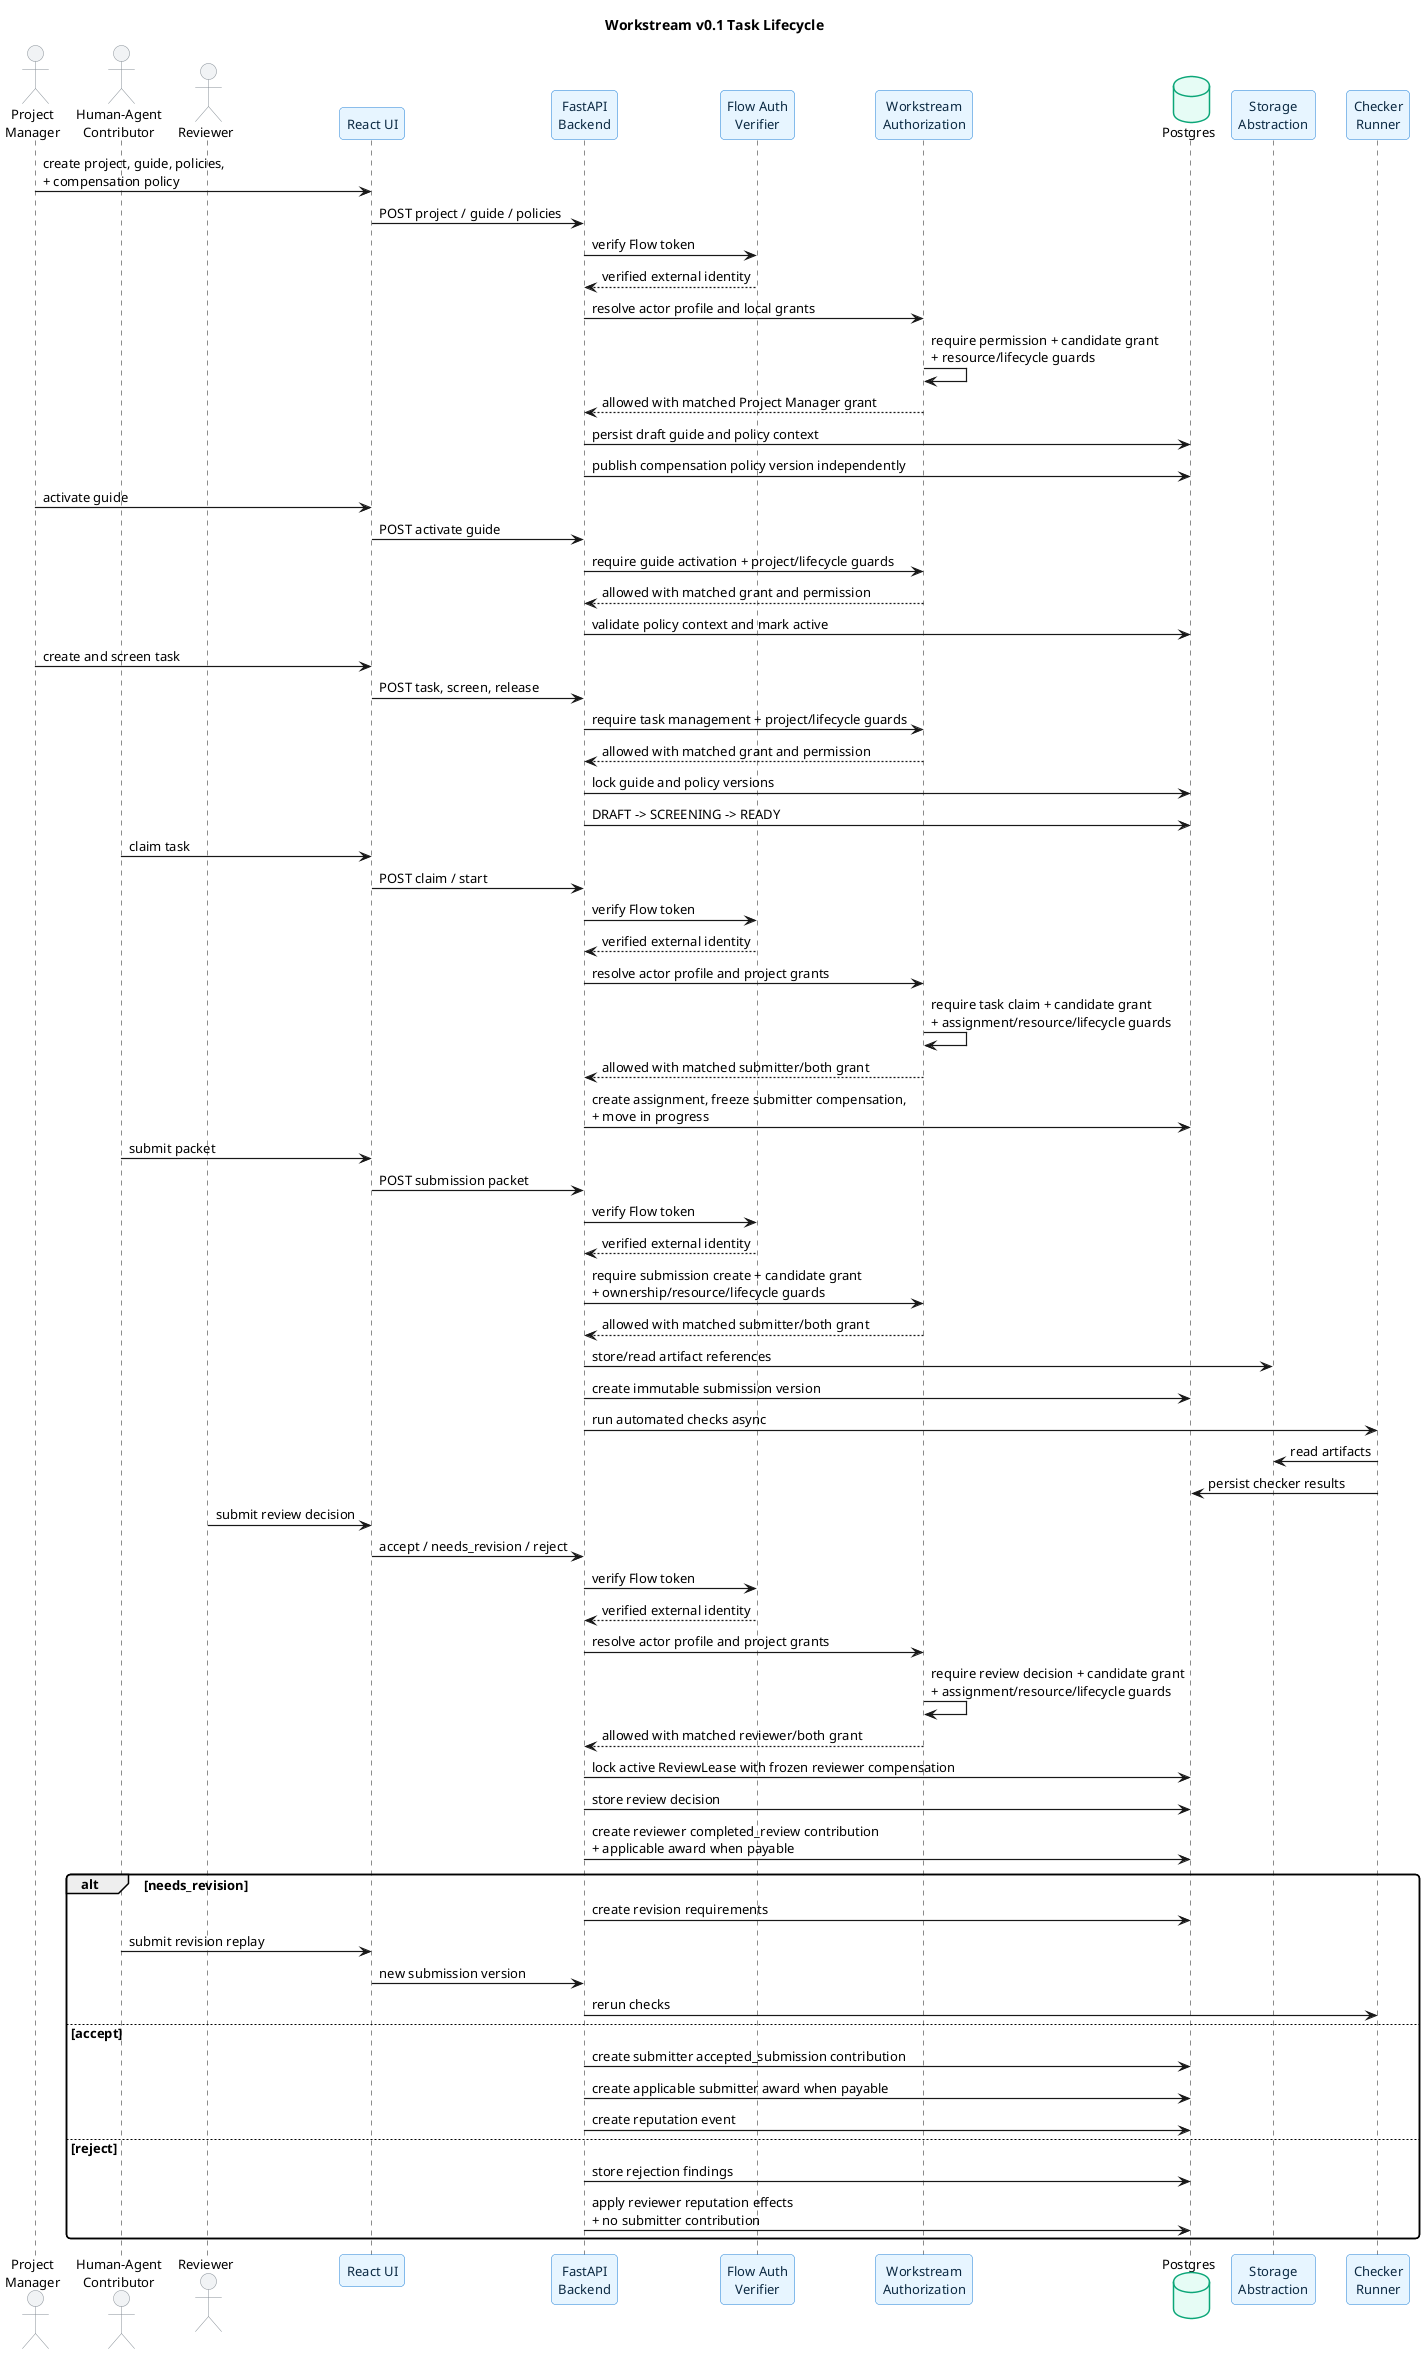
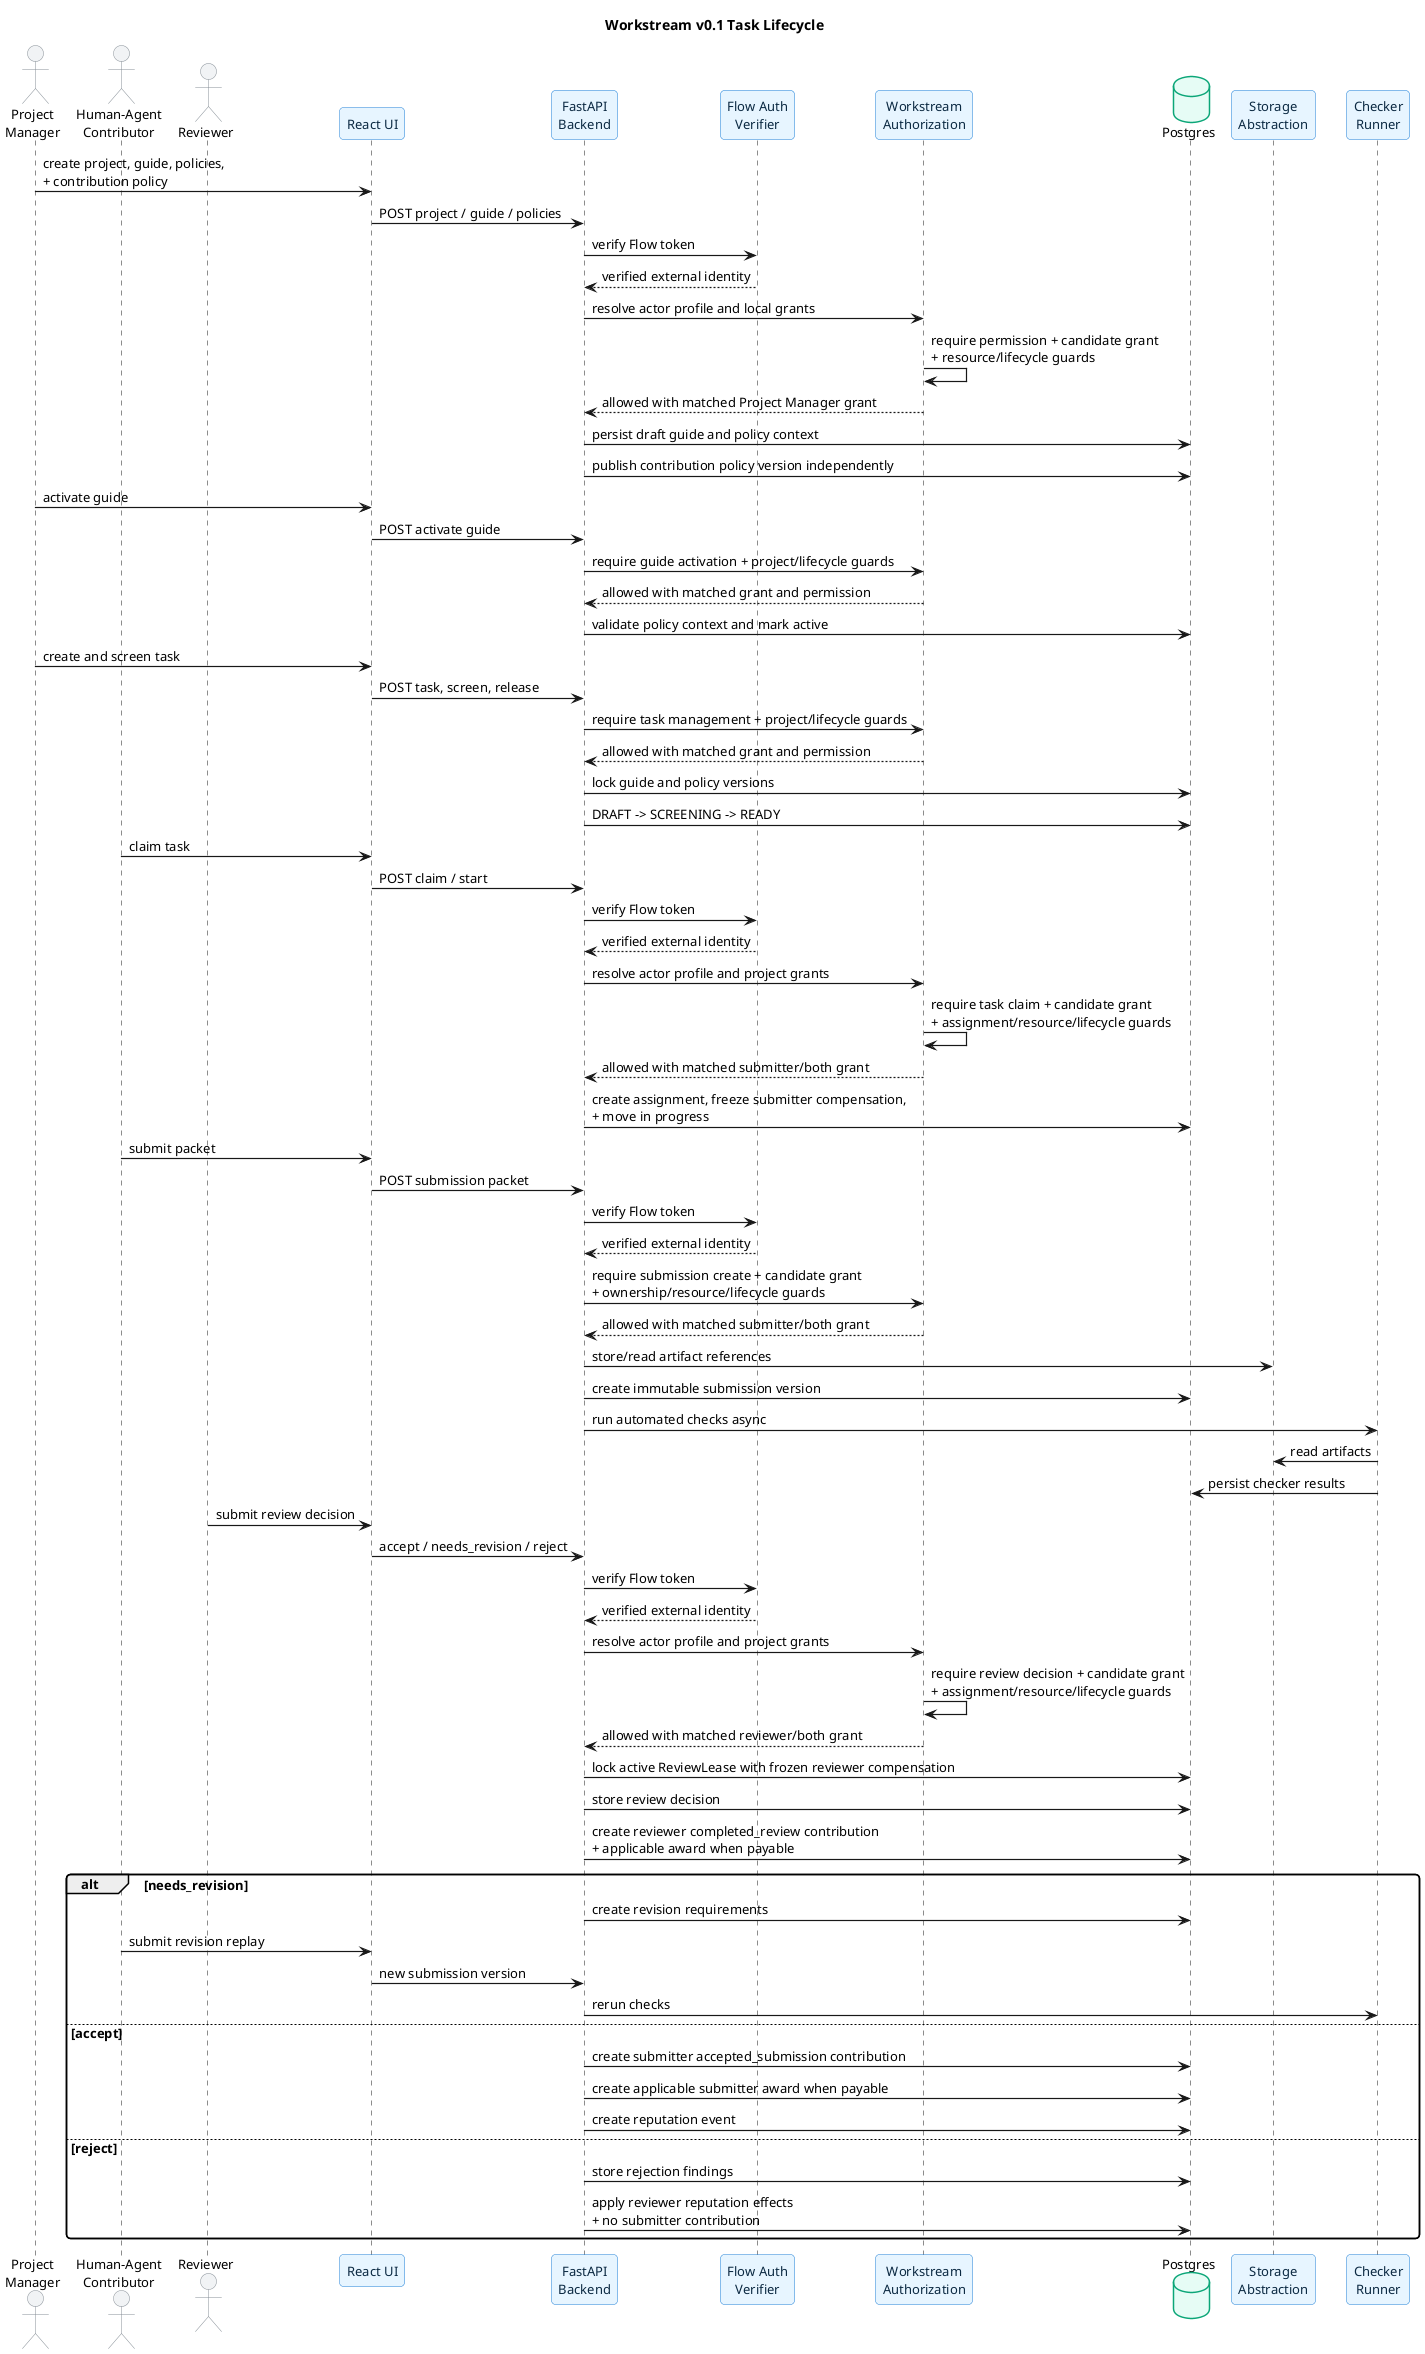
@startuml task_lifecycle_sequence
title Workstream v0.1 Task Lifecycle

skinparam backgroundColor #FFFFFF
skinparam shadowing false
skinparam roundcorner 8
skinparam defaultFontName Arial
skinparam defaultFontSize 13
skinparam SequenceArrowThickness 1.2
skinparam ParticipantBorderColor #1C7ED6
skinparam ParticipantBackgroundColor #E7F5FF
skinparam ParticipantFontColor #0B2942
skinparam ActorBorderColor #868E96
skinparam ActorBackgroundColor #F1F3F5
skinparam DatabaseBorderColor #0CA678
skinparam DatabaseBackgroundColor #E6FCF5

actor "Project\nManager" as PM
actor "Human-Agent\nContributor" as Contributor
actor Reviewer
participant "React UI" as UI
participant "FastAPI\nBackend" as API
participant "Flow Auth\nVerifier" as Auth
participant "Workstream\nAuthorization" as Authorization
database "Postgres" as DB
participant "Storage\nAbstraction" as Storage
participant "Checker\nRunner" as Checks

- PM -> UI : create project, guide, policies,\n+ compensation policy
+ PM -> UI : create project, guide, policies,\n+ contribution policy
UI -> API : POST project / guide / policies
API -> Auth : verify Flow token
Auth --> API : verified external identity
API -> Authorization : resolve actor profile and local grants
Authorization -> Authorization : require permission + candidate grant\n+ resource/lifecycle guards
Authorization --> API : allowed with matched Project Manager grant
API -> DB : persist draft guide and policy context
- API -> DB : publish compensation policy version independently
+ API -> DB : publish contribution policy version independently

PM -> UI : activate guide
UI -> API : POST activate guide
API -> Authorization : require guide activation + project/lifecycle guards
Authorization --> API : allowed with matched grant and permission
API -> DB : validate policy context and mark active

PM -> UI : create and screen task
UI -> API : POST task, screen, release
API -> Authorization : require task management + project/lifecycle guards
Authorization --> API : allowed with matched grant and permission
API -> DB : lock guide and policy versions
API -> DB : DRAFT -> SCREENING -> READY

Contributor -> UI : claim task
UI -> API : POST claim / start
API -> Auth : verify Flow token
Auth --> API : verified external identity
API -> Authorization : resolve actor profile and project grants
Authorization -> Authorization : require task claim + candidate grant\n+ assignment/resource/lifecycle guards
Authorization --> API : allowed with matched submitter/both grant
API -> DB : create assignment, freeze submitter compensation,\n+ move in progress

Contributor -> UI : submit packet
UI -> API : POST submission packet
API -> Auth : verify Flow token
Auth --> API : verified external identity
API -> Authorization : require submission create + candidate grant\n+ ownership/resource/lifecycle guards
Authorization --> API : allowed with matched submitter/both grant
API -> Storage : store/read artifact references
API -> DB : create immutable submission version

API -> Checks : run automated checks async
Checks -> Storage : read artifacts
Checks -> DB : persist checker results

Reviewer -> UI : submit review decision
UI -> API : accept / needs_revision / reject
API -> Auth : verify Flow token
Auth --> API : verified external identity
API -> Authorization : resolve actor profile and project grants
Authorization -> Authorization : require review decision + candidate grant\n+ assignment/resource/lifecycle guards
Authorization --> API : allowed with matched reviewer/both grant
API -> DB : lock active ReviewLease with frozen reviewer compensation
API -> DB : store review decision
API -> DB : create reviewer completed_review contribution\n+ applicable award when payable

alt needs_revision
  API -> DB : create revision requirements
  Contributor -> UI : submit revision replay
  UI -> API : new submission version
  API -> Checks : rerun checks
else accept
  API -> DB : create submitter accepted_submission contribution
  API -> DB : create applicable submitter award when payable
  API -> DB : create reputation event
else reject
  API -> DB : store rejection findings
  API -> DB : apply reviewer reputation effects\n+ no submitter contribution
end
@enduml
